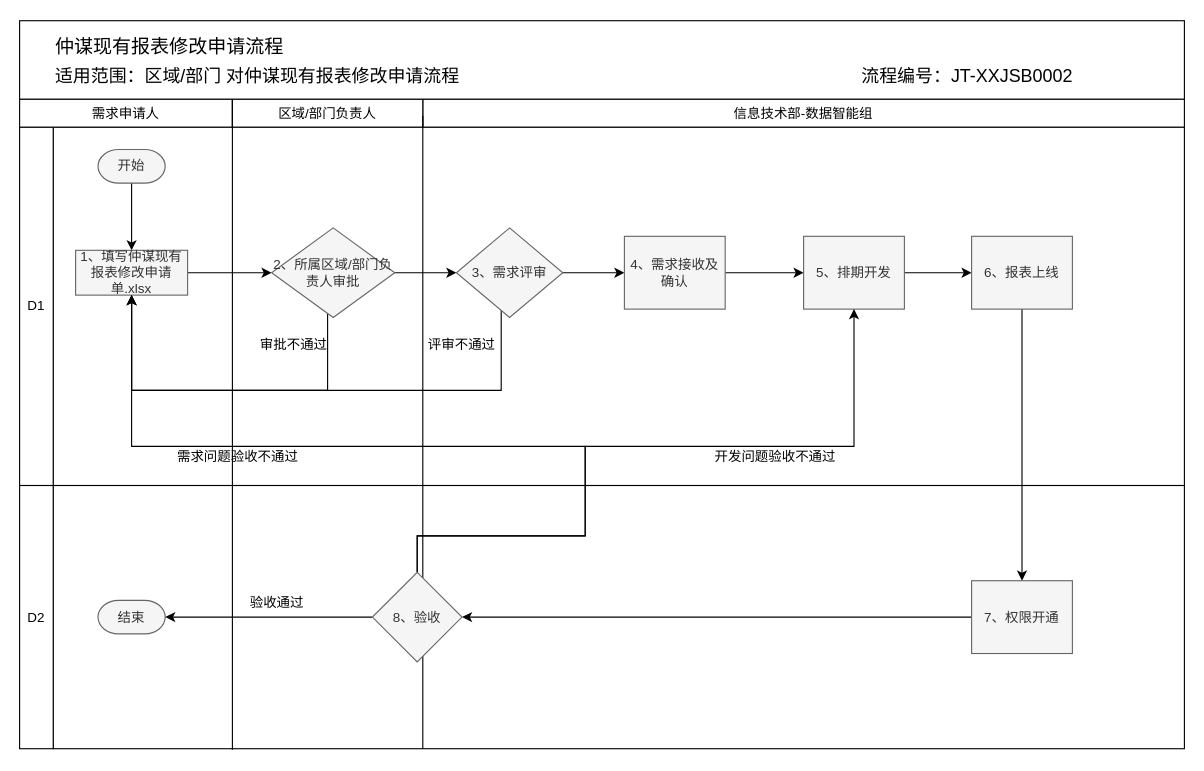
Earlier version of the draw.io diagram page "现有报表修改申请流程" (2 of 3) of pet_data_warehouse/内控流程.drawio (fangzheng0518/draw). Source tidied: cells renumbered, new cells numbered last; positions are measured from the earlier drawing's top-left corner, leaving out a move shared by most shapes. Both pictures are drawn from the tidied source at 112%, with x=0, y=0 at pixel (19, 20).
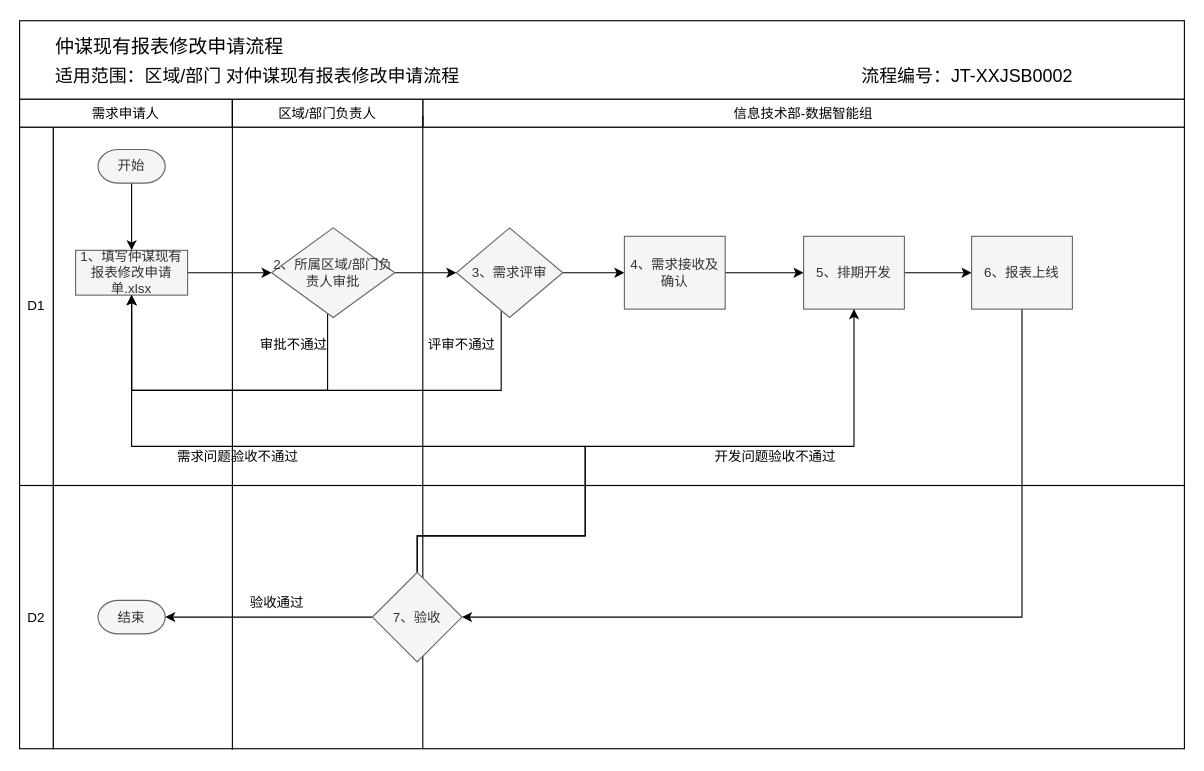
After the change.

Commit message:
更新内控流程.drawio

The change refers to these unchanged cells:
```xml
<mxCell id="28" value="6、报表上线" style="rounded=0;whiteSpace=wrap;html=1;strokeColor=#666666;strokeWidth=1;fillColor=#f5f5f5;fontColor=#333333;" parent="1" vertex="1">
  <mxGeometry x="850" y="192.5" width="90" height="65" as="geometry" />
</mxCell>
```

Diff of the diagram source:
```diff
@@
-    <mxCell id="27" style="edgeStyle=orthogonalEdgeStyle;rounded=0;jettySize=auto;html=1;entryX=0.5;entryY=0;entryDx=0;entryDy=0;" parent="1" edge="1" source="28" target="30">
-      <mxGeometry relative="1" as="geometry" />
-    </mxCell>
+    <mxCell id="45" style="edgeStyle=orthogonalEdgeStyle;rounded=0;jettySize=auto;html=1;entryX=1;entryY=0.5;entryDx=0;entryDy=0;" parent="1" edge="1" source="28" target="41">
+      <mxGeometry relative="1" as="geometry">
+        <Array as="points">
+          <mxPoint x="895" y="533" />
+        </Array>
+      </mxGeometry>
+    </mxCell>
@@
-    <mxCell id="29" style="edgeStyle=orthogonalEdgeStyle;rounded=0;jettySize=auto;html=1;entryX=1;entryY=0.5;entryDx=0;entryDy=0;" parent="1" edge="1" source="30" target="41">
-      <mxGeometry relative="1" as="geometry" />
-    </mxCell>
-    <mxCell id="30" value="7、权限开通" style="rounded=0;whiteSpace=wrap;html=1;strokeColor=#666666;strokeWidth=1;fillColor=#f5f5f5;fontColor=#333333;" parent="1" vertex="1">
-      <mxGeometry x="850" y="500" width="90" height="65" as="geometry" />
-    </mxCell>
@@
-    <mxCell id="41" value="8、验收" style="rhombus;whiteSpace=wrap;html=1;strokeColor=#666666;strokeWidth=1;fillColor=#f5f5f5;fontColor=#333333;" parent="1" vertex="1">
+    <mxCell id="41" value="7、验收" style="rhombus;whiteSpace=wrap;html=1;strokeColor=#666666;strokeWidth=1;fillColor=#f5f5f5;fontColor=#333333;" parent="1" vertex="1">
       <mxGeometry x="315" y="492.5" width="80" height="80" as="geometry" />
     </mxCell>
```
